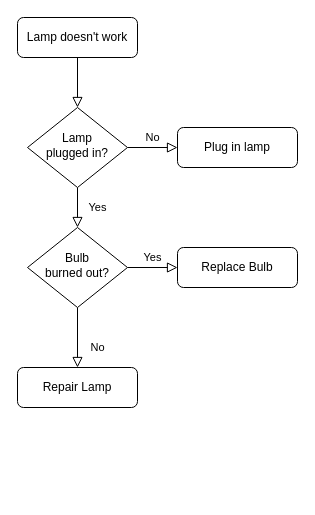
This is Diagram Tanpa Judul.drawio from apidong/apidong, a draw.io file, before an edit. Source tidied: cells renumbered, new cells numbered last; positions are measured from the earlier drawing's top-left corner, leaving out a move shared by most shapes. Both pictures are drawn from the tidied source at 100%, with x=0, y=0 at pixel (17, 17).
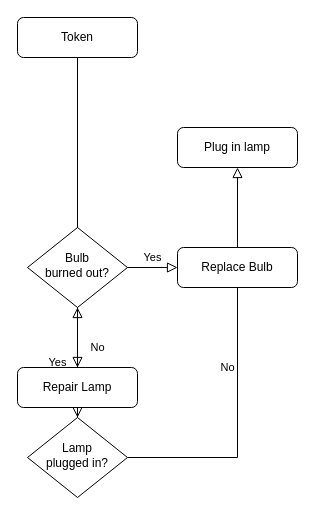
Above is the later version.

What changed in the source:
```diff
@@
 <mxGraphModel>
   <root>
     <mxCell id="0" />
     <mxCell id="1" parent="0" />
     <mxCell id="2" style="rounded=0;html=1;jettySize=auto;fontSize=11;endArrow=block;endFill=0;endSize=8;strokeWidth=1;shadow=0;labelBackgroundColor=none;edgeStyle=orthogonalEdgeStyle;" parent="1" edge="1" source="3" target="6">
       <mxGeometry relative="1" as="geometry" />
     </mxCell>
-    <mxCell id="3" value="Lamp doesn't work" style="rounded=1;whiteSpace=wrap;html=1;fontSize=12;glass=0;strokeWidth=1;shadow=0;" parent="1" vertex="1">
+    <mxCell id="3" value="Token" style="rounded=1;whiteSpace=wrap;html=1;fontSize=12;glass=0;strokeWidth=1;shadow=0;" parent="1" vertex="1">
       <mxGeometry width="120" height="40" as="geometry" />
     </mxCell>
     <mxCell id="4" value="Yes" style="rounded=0;html=1;jettySize=auto;fontSize=11;endArrow=block;endFill=0;endSize=8;strokeWidth=1;shadow=0;labelBackgroundColor=none;edgeStyle=orthogonalEdgeStyle;" parent="1" edge="1" source="6" target="10">
       <mxGeometry y="20" relative="1" as="geometry" />
     </mxCell>
     <mxCell id="5" value="No" style="edgeStyle=orthogonalEdgeStyle;rounded=0;html=1;jettySize=auto;fontSize=11;endArrow=block;endFill=0;endSize=8;strokeWidth=1;shadow=0;labelBackgroundColor=none;" parent="1" edge="1" source="6" target="7">
       <mxGeometry y="10" relative="1" as="geometry" />
     </mxCell>
     <mxCell id="6" value="Lamp&lt;br&gt;plugged in?" style="rhombus;whiteSpace=wrap;html=1;shadow=0;fontFamily=Helvetica;fontSize=12;align=center;strokeWidth=1;spacing=6;spacingTop=-4;" parent="1" vertex="1">
-      <mxGeometry x="10" y="90" width="100" height="80" as="geometry" />
+      <mxGeometry x="10" y="400" width="100" height="80" as="geometry" />
     </mxCell>
     <mxCell id="7" value="Plug in lamp" style="rounded=1;whiteSpace=wrap;html=1;fontSize=12;glass=0;strokeWidth=1;shadow=0;" parent="1" vertex="1">
       <mxGeometry x="160" y="110" width="120" height="40" as="geometry" />
     </mxCell>
     <mxCell id="8" value="No" style="rounded=0;html=1;jettySize=auto;fontSize=11;endArrow=block;endFill=0;endSize=8;strokeWidth=1;shadow=0;labelBackgroundColor=none;edgeStyle=orthogonalEdgeStyle;" parent="1" edge="1" source="10" target="11">
       <mxGeometry x="0.33" y="20" relative="1" as="geometry" />
     </mxCell>
     <mxCell id="9" value="Yes" style="edgeStyle=orthogonalEdgeStyle;rounded=0;html=1;jettySize=auto;fontSize=11;endArrow=block;endFill=0;endSize=8;strokeWidth=1;shadow=0;labelBackgroundColor=none;" parent="1" edge="1" source="10" target="12">
       <mxGeometry y="10" relative="1" as="geometry" />
     </mxCell>
     <mxCell id="10" value="Bulb&lt;br&gt;burned out?" style="rhombus;whiteSpace=wrap;html=1;shadow=0;fontFamily=Helvetica;fontSize=12;align=center;strokeWidth=1;spacing=6;spacingTop=-4;" parent="1" vertex="1">
       <mxGeometry x="10" y="210" width="100" height="80" as="geometry" />
     </mxCell>
     <mxCell id="11" value="Repair Lamp" style="rounded=1;whiteSpace=wrap;html=1;fontSize=12;glass=0;strokeWidth=1;shadow=0;" parent="1" vertex="1">
       <mxGeometry y="350" width="120" height="40" as="geometry" />
     </mxCell>
     <mxCell id="12" value="Replace Bulb" style="rounded=1;whiteSpace=wrap;html=1;fontSize=12;glass=0;strokeWidth=1;shadow=0;" parent="1" vertex="1">
       <mxGeometry x="160" y="230" width="120" height="40" as="geometry" />
     </mxCell>
   </root>
 </mxGraphModel>
```
